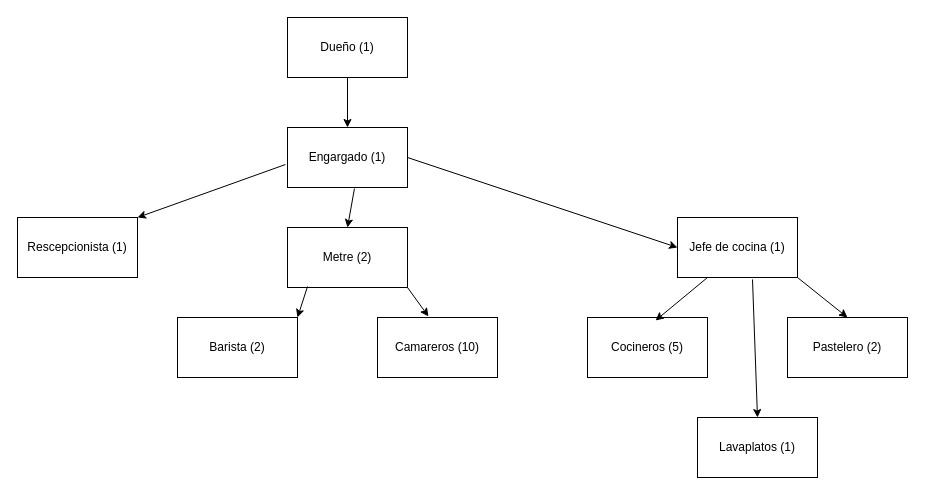
Earlier version of the draw.io diagram basededatos/organigrama.drawio (JonZorz/Reto2). Source tidied: cells renumbered, new cells numbered last; positions are measured from the earlier drawing's top-left corner, leaving out a move shared by most shapes. Both pictures are drawn from the tidied source at 100%, with x=0, y=0 at pixel (17, 17).
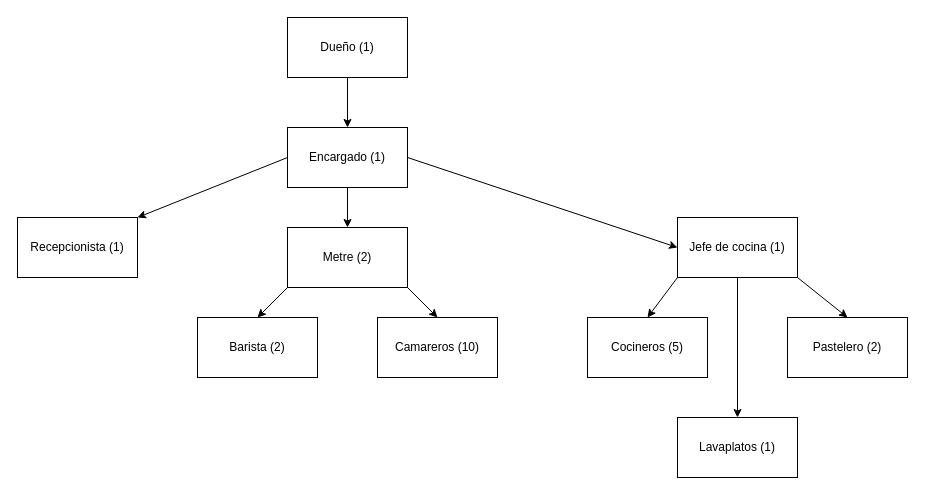
The same diagram, later.

Unchanged cells that the change refers to:
```xml
<mxCell id="5" value="Metre (2)" style="rounded=0;whiteSpace=wrap;html=1;" parent="1" vertex="1">
  <mxGeometry x="270" y="210" width="120" height="60" as="geometry" />
</mxCell>
<mxCell id="6" value="Jefe de cocina (1)" style="rounded=0;whiteSpace=wrap;html=1;" parent="1" vertex="1">
  <mxGeometry x="660" y="200" width="120" height="60" as="geometry" />
</mxCell>
<mxCell id="7" value="Cocineros (5)" style="rounded=0;whiteSpace=wrap;html=1;" parent="1" vertex="1">
  <mxGeometry x="570" y="300" width="120" height="60" as="geometry" />
</mxCell>
<mxCell id="10" value="Camareros (10)" style="rounded=0;whiteSpace=wrap;html=1;" parent="1" vertex="1">
  <mxGeometry x="360" y="300" width="120" height="60" as="geometry" />
</mxCell>
```

Diff of the diagram source:
```diff
@@
-    <mxCell id="3" value="Engargado (1)" style="rounded=0;whiteSpace=wrap;html=1;" parent="1" vertex="1">
+    <mxCell id="3" value="Encargado (1)" style="rounded=0;whiteSpace=wrap;html=1;" parent="1" vertex="1">
       <mxGeometry x="270" y="110" width="120" height="60" as="geometry" />
     </mxCell>
-    <mxCell id="4" value="Rescepcionista (1)" style="rounded=0;whiteSpace=wrap;html=1;" parent="1" vertex="1">
+    <mxCell id="4" value="Recepcionista (1)" style="rounded=0;whiteSpace=wrap;html=1;" parent="1" vertex="1">
       <mxGeometry y="200" width="120" height="60" as="geometry" />
     </mxCell>
@@
     <mxCell id="9" value="Barista (2)" style="rounded=0;whiteSpace=wrap;html=1;" parent="1" vertex="1">
-      <mxGeometry x="160" y="300" width="120" height="60" as="geometry" />
+      <mxGeometry x="180" y="300" width="120" height="60" as="geometry" />
     </mxCell>
@@
     <mxCell id="11" value="Lavaplatos (1)" style="rounded=0;whiteSpace=wrap;html=1;" parent="1" vertex="1">
-      <mxGeometry x="680" y="400" width="120" height="60" as="geometry" />
+      <mxGeometry x="660" y="400" width="120" height="60" as="geometry" />
     </mxCell>
-    <mxCell id="12" style="endArrow=classic;html=1;rounded=0;exitX=1;exitY=1;exitDx=0;exitDy=0;entryX=0.425;entryY=-0.017;entryDx=0;entryDy=0;entryPerimeter=0;" parent="1" edge="1" source="5" target="10">
+    <mxCell id="12" style="endArrow=classic;html=1;rounded=0;exitX=1;exitY=1;exitDx=0;exitDy=0;entryX=0.5;entryY=0;entryDx=0;entryDy=0;" parent="1" edge="1" source="5" target="10">
       <mxGeometry relative="1" as="geometry" />
     </mxCell>
-    <mxCell id="13" style="endArrow=classic;html=1;rounded=0;exitX=0.167;exitY=0.983;exitDx=0;exitDy=0;exitPerimeter=0;entryX=1;entryY=0;entryDx=0;entryDy=0;" parent="1" edge="1" source="5" target="9">
+    <mxCell id="13" style="endArrow=classic;html=1;rounded=0;exitX=0;exitY=1;exitDx=0;exitDy=0;entryX=0.5;entryY=0;entryDx=0;entryDy=0;" parent="1" edge="1" source="5" target="9">
       <mxGeometry relative="1" as="geometry" />
     </mxCell>
-    <mxCell id="14" style="endArrow=classic;html=1;rounded=0;exitX=0.558;exitY=1.017;exitDx=0;exitDy=0;exitPerimeter=0;entryX=0.5;entryY=0;entryDx=0;entryDy=0;" parent="1" edge="1" source="3" target="5">
+    <mxCell id="14" style="endArrow=classic;html=1;rounded=0;exitX=0.5;exitY=1;exitDx=0;exitDy=0;entryX=0.5;entryY=0;entryDx=0;entryDy=0;" parent="1" edge="1" source="3" target="5">
       <mxGeometry relative="1" as="geometry" />
     </mxCell>
-    <mxCell id="15" style="endArrow=classic;html=1;rounded=0;exitX=-0.017;exitY=0.617;exitDx=0;exitDy=0;exitPerimeter=0;entryX=1;entryY=0;entryDx=0;entryDy=0;" parent="1" edge="1" source="3" target="4">
+    <mxCell id="15" style="endArrow=classic;html=1;rounded=0;exitX=0;exitY=0.5;exitDx=0;exitDy=0;entryX=1;entryY=0;entryDx=0;entryDy=0;" parent="1" edge="1" source="3" target="4">
       <mxGeometry relative="1" as="geometry" />
     </mxCell>
@@
-    <mxCell id="18" style="endArrow=classic;html=1;rounded=0;exitX=0.25;exitY=1;exitDx=0;exitDy=0;entryX=0.567;entryY=0.05;entryDx=0;entryDy=0;entryPerimeter=0;" parent="1" edge="1" source="6" target="7">
+    <mxCell id="18" style="endArrow=classic;html=1;rounded=0;exitX=0;exitY=1;exitDx=0;exitDy=0;entryX=0.5;entryY=0;entryDx=0;entryDy=0;" parent="1" edge="1" source="6" target="7">
       <mxGeometry relative="1" as="geometry" />
     </mxCell>
@@
-    <mxCell id="20" style="endArrow=classic;html=1;rounded=0;exitX=0.625;exitY=1.033;exitDx=0;exitDy=0;entryX=0.5;entryY=0;entryDx=0;entryDy=0;exitPerimeter=0;" parent="1" edge="1" source="6" target="11">
+    <mxCell id="20" style="endArrow=classic;html=1;rounded=0;exitX=0.5;exitY=1;exitDx=0;exitDy=0;entryX=0.5;entryY=0;entryDx=0;entryDy=0;" parent="1" edge="1" source="6" target="11">
       <mxGeometry relative="1" as="geometry" />
     </mxCell>
```
